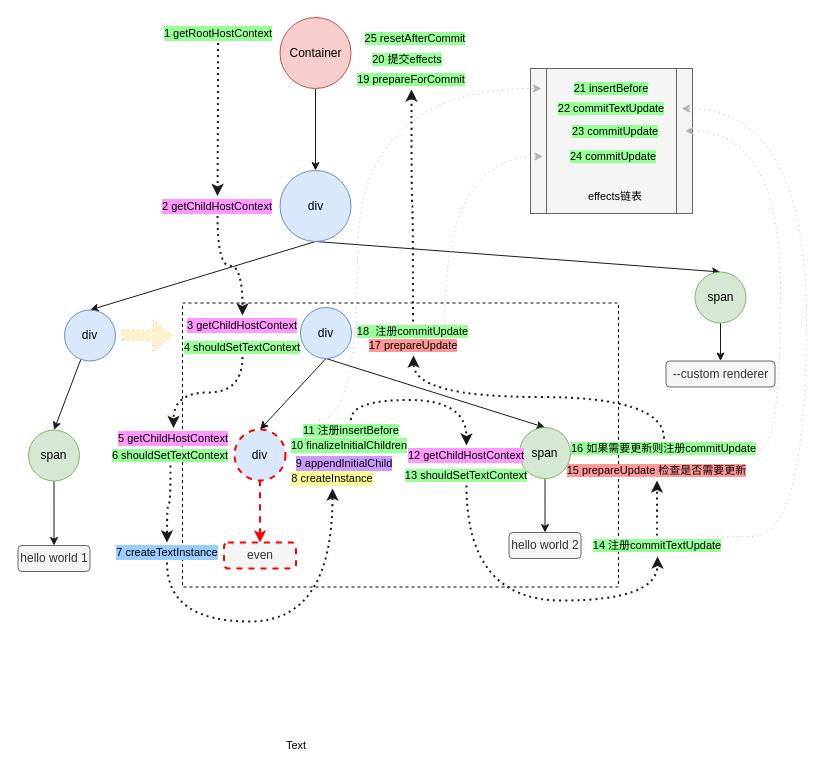
Above: page "update" (9 of 10) of source/_drawio/remax.drawio in ivan-94/bobi.ink (draw.io), before the change. Source tidied: cells renumbered, new cells numbered last; positions are measured from the earlier drawing's top-left corner, leaving out a move shared by most shapes. Both pictures are drawn from the tidied source at 100%, with x=0, y=0 at pixel (18, 17).
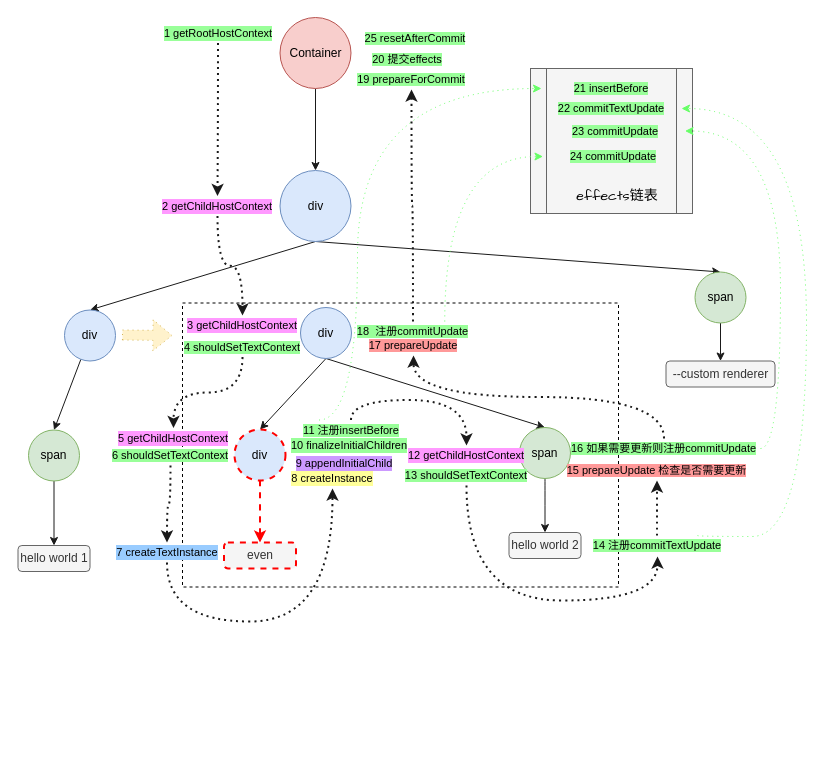
After the change.

Unchanged cells that the change refers to:
```xml
<mxCell id="43" value="21 insertBefore" style="text;html=1;strokeColor=none;fillColor=none;align=center;verticalAlign=middle;whiteSpace=wrap;rounded=0;dashed=1;labelBackgroundColor=#99FF99;fontSize=11;" parent="1" vertex="1">
  <mxGeometry x="523" y="61" width="140" height="20" as="geometry" />
</mxCell>
<mxCell id="51" value="11 注册insertBefore" style="text;html=1;strokeColor=none;fillColor=none;align=center;verticalAlign=middle;whiteSpace=wrap;rounded=0;dashed=1;labelBackgroundColor=#99FF99;fontSize=11;" parent="1" vertex="1">
  <mxGeometry x="268.5" y="402.5" width="128" height="20" as="geometry" />
</mxCell>
<mxCell id="54" value="14 注册commitTextUpdate" style="text;html=1;strokeColor=none;fillColor=none;align=center;verticalAlign=middle;whiteSpace=wrap;rounded=0;dashed=1;labelBackgroundColor=#99FF99;fontSize=11;" parent="1" vertex="1">
  <mxGeometry x="557.5" y="518" width="162" height="20" as="geometry" />
</mxCell>
<mxCell id="55" value="22 commitTextUpdate" style="text;html=1;strokeColor=none;fillColor=none;align=center;verticalAlign=middle;whiteSpace=wrap;rounded=0;dashed=1;labelBackgroundColor=#99FF99;fontSize=11;" parent="1" vertex="1">
  <mxGeometry x="523" y="81" width="140" height="20" as="geometry" />
</mxCell>
<mxCell id="58" value="16 如果需要更新则注册commitUpdate" style="text;html=1;strokeColor=none;fillColor=none;align=center;verticalAlign=middle;whiteSpace=wrap;rounded=0;dashed=1;labelBackgroundColor=#99FF99;fontSize=11;" parent="1" vertex="1">
  <mxGeometry x="549" y="421" width="193" height="20" as="geometry" />
</mxCell>
<mxCell id="59" value="23 commitUpdate" style="text;html=1;strokeColor=none;fillColor=none;align=center;verticalAlign=middle;whiteSpace=wrap;rounded=0;dashed=1;labelBackgroundColor=#99FF99;fontSize=11;" parent="1" vertex="1">
  <mxGeometry x="526.5" y="103.5" width="140" height="20" as="geometry" />
</mxCell>
<mxCell id="62" value="18&amp;nbsp; 注册commitUpdate" style="text;html=1;strokeColor=none;fillColor=none;align=center;verticalAlign=middle;whiteSpace=wrap;rounded=0;dashed=1;labelBackgroundColor=#99FF99;fontSize=11;" parent="1" vertex="1">
  <mxGeometry x="331" y="304" width="127" height="20" as="geometry" />
</mxCell>
<mxCell id="64" value="24 commitUpdate" style="text;html=1;strokeColor=none;fillColor=none;align=center;verticalAlign=middle;whiteSpace=wrap;rounded=0;dashed=1;labelBackgroundColor=#99FF99;fontSize=11;" parent="1" vertex="1">
  <mxGeometry x="524.5" y="129" width="140" height="20" as="geometry" />
</mxCell>
```

Diff of the diagram source:
```diff
@@
-    <mxCell id="49" style="edgeStyle=orthogonalEdgeStyle;curved=1;rounded=0;jettySize=auto;html=1;exitX=0.25;exitY=0;exitDx=0;exitDy=0;entryX=0;entryY=0.5;entryDx=0;entryDy=0;dashed=1;dashPattern=1 4;strokeColor=#B3B3B3;fontSize=11;" parent="1" edge="1" source="51" target="43">
+    <mxCell id="49" style="edgeStyle=orthogonalEdgeStyle;curved=1;rounded=0;jettySize=auto;html=1;exitX=0.25;exitY=0;exitDx=0;exitDy=0;entryX=0;entryY=0.5;entryDx=0;entryDy=0;dashed=1;dashPattern=1 4;strokeColor=#66FF66;fontSize=11;" parent="1" edge="1" source="51" target="43">
       <mxGeometry relative="1" as="geometry">
         <Array as="points">
           <mxPoint x="339" y="402" />
           <mxPoint x="339" y="71" />
         </Array>
       </mxGeometry>
     </mxCell>
@@
-    <mxCell id="52" style="edgeStyle=orthogonalEdgeStyle;curved=1;rounded=0;jettySize=auto;html=1;exitX=0.75;exitY=0;exitDx=0;exitDy=0;dashed=1;dashPattern=1 4;strokeColor=#B3B3B3;fontSize=11;entryX=1;entryY=0.5;entryDx=0;entryDy=0;" parent="1" edge="1" source="54" target="55">
+    <mxCell id="52" style="edgeStyle=orthogonalEdgeStyle;curved=1;rounded=0;jettySize=auto;html=1;exitX=0.75;exitY=0;exitDx=0;exitDy=0;dashed=1;dashPattern=1 4;strokeColor=#66FF66;fontSize=11;entryX=1;entryY=0.5;entryDx=0;entryDy=0;" parent="1" edge="1" source="54" target="55">
       <mxGeometry relative="1" as="geometry">
         <Array as="points">
           <mxPoint x="788" y="519" />
           <mxPoint x="788" y="91" />
         </Array>
       </mxGeometry>
     </mxCell>
@@
-    <mxCell id="57" style="edgeStyle=orthogonalEdgeStyle;curved=1;rounded=0;jettySize=auto;html=1;exitX=1;exitY=0.5;exitDx=0;exitDy=0;entryX=1;entryY=0.5;entryDx=0;entryDy=0;dashed=1;dashPattern=1 4;strokeColor=#B3B3B3;fontSize=11;" parent="1" edge="1" source="58" target="59">
+    <mxCell id="57" style="edgeStyle=orthogonalEdgeStyle;curved=1;rounded=0;jettySize=auto;html=1;exitX=1;exitY=0.5;exitDx=0;exitDy=0;entryX=1;entryY=0.5;entryDx=0;entryDy=0;dashed=1;dashPattern=1 4;strokeColor=#66FF66;fontSize=11;" parent="1" edge="1" source="58" target="59">
       <mxGeometry relative="1" as="geometry">
         <Array as="points">
           <mxPoint x="762" y="431" />
           <mxPoint x="762" y="114" />
         </Array>
       </mxGeometry>
     </mxCell>
@@
-    <mxCell id="60" style="edgeStyle=orthogonalEdgeStyle;curved=1;rounded=0;jettySize=auto;html=1;exitX=0.75;exitY=0;exitDx=0;exitDy=0;entryX=0;entryY=0.5;entryDx=0;entryDy=0;dashed=1;dashPattern=1 4;strokeColor=#B3B3B3;fontSize=11;" parent="1" edge="1" source="62" target="64">
+    <mxCell id="60" style="edgeStyle=orthogonalEdgeStyle;curved=1;rounded=0;jettySize=auto;html=1;exitX=0.75;exitY=0;exitDx=0;exitDy=0;entryX=0;entryY=0.5;entryDx=0;entryDy=0;dashed=1;dashPattern=1 4;strokeColor=#66FF66;fontSize=11;" parent="1" edge="1" source="62" target="64">
       <mxGeometry relative="1" as="geometry" />
     </mxCell>
@@
-    <mxCell id="66" value="effects链表" style="text;html=1;strokeColor=none;fillColor=none;align=center;verticalAlign=middle;whiteSpace=wrap;rounded=0;labelBackgroundColor=none;fontSize=11;" parent="1" vertex="1">
-      <mxGeometry x="566.5" y="169" width="60" height="20" as="geometry" />
+    <mxCell id="66" value="&lt;font style=&quot;font-size: 14px&quot;&gt;effects链表&lt;/font&gt;" style="text;html=1;strokeColor=none;fillColor=none;align=center;verticalAlign=middle;whiteSpace=wrap;rounded=0;labelBackgroundColor=none;fontSize=11;fontFamily=Comic Sans MS;" parent="1" vertex="1">
+      <mxGeometry x="555" y="169" width="88" height="20" as="geometry" />
     </mxCell>
-    <mxCell id="67" value="Text" style="text;html=1;align=left;verticalAlign=top;spacingTop=-4;fontSize=11;" parent="1" vertex="1">
-      <mxGeometry x="266" y="719" width="30" height="13" as="geometry" />
-    </mxCell>
```
